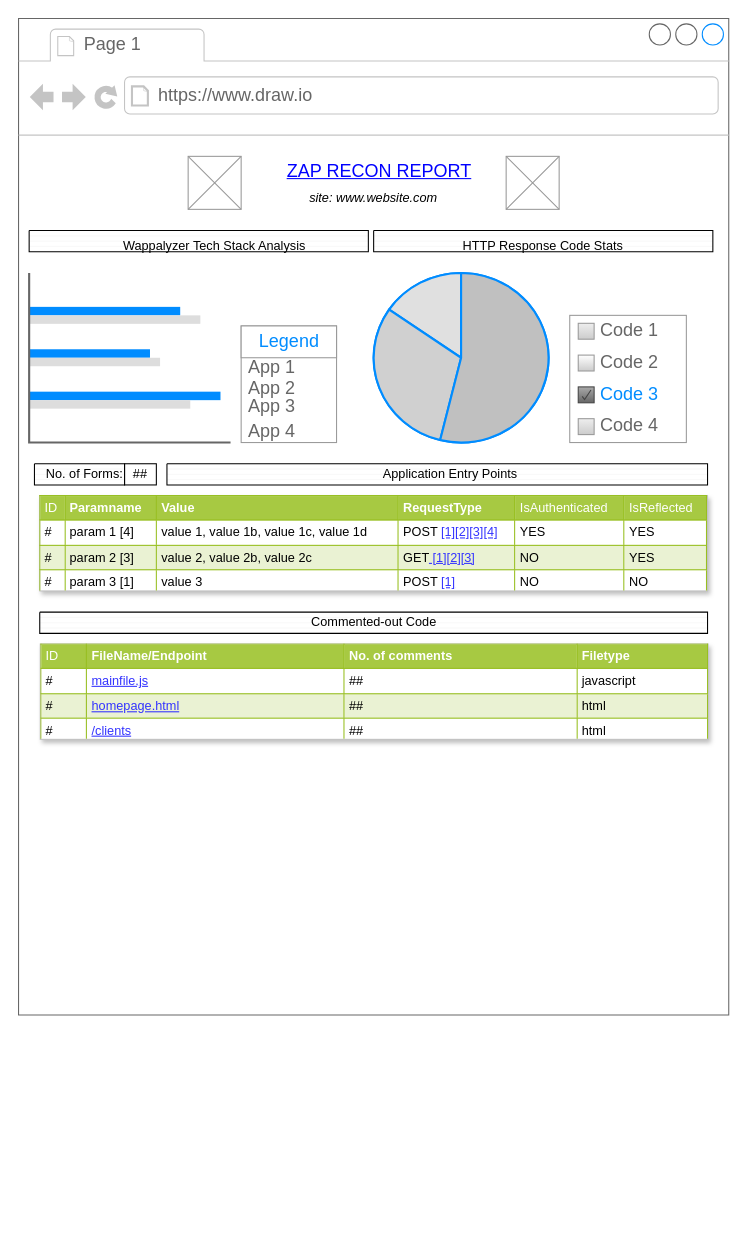
Above: mockups/recon template.drawio in odhiamboobuya/zapreportwork (draw.io), before the change. Source tidied: cells renumbered, new cells numbered last; positions are measured from the earlier drawing's top-left corner, leaving out a move shared by most shapes. Both pictures are drawn from the tidied source at 106%, with x=0, y=0 at pixel (18, 18).
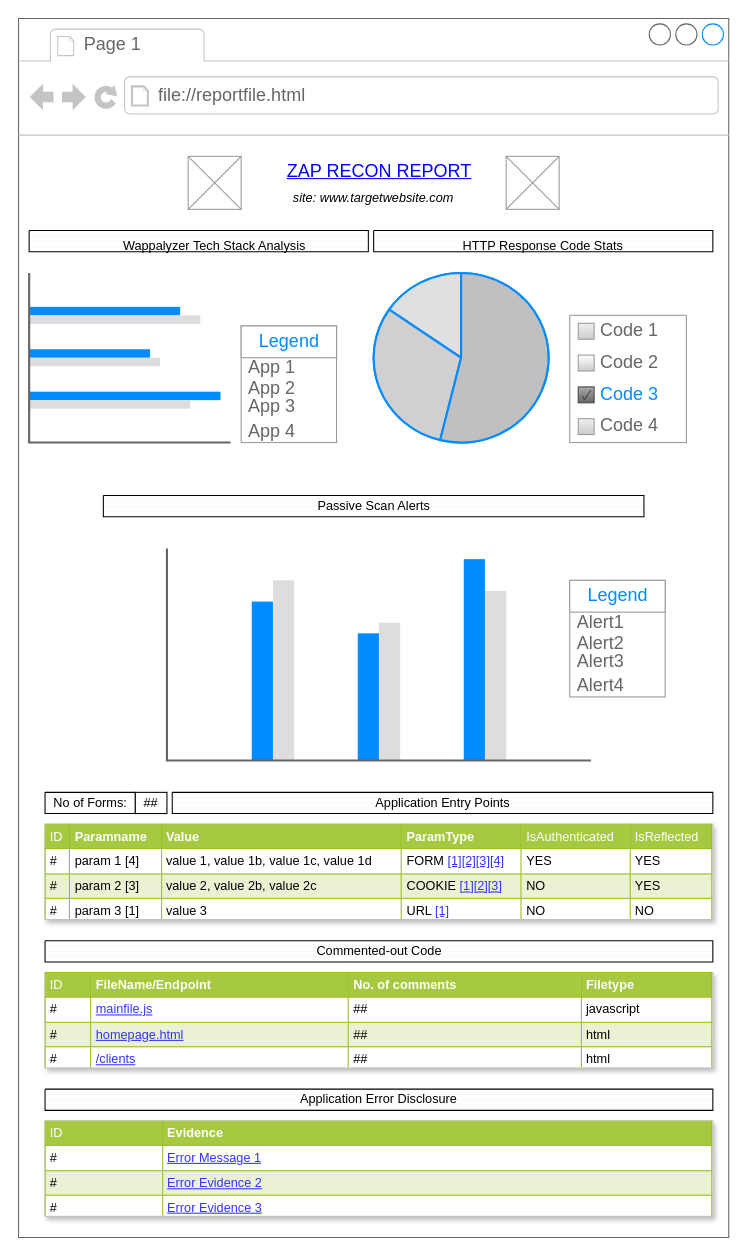
After the change.

Commit message:
finalized mockup

Diff of the diagram source:
```diff
@@
     <mxCell id="2" style="strokeWidth=1;shadow=0;dashed=0;align=center;html=1;shape=mxgraph.mockup.containers.browserWindow;rSize=0;strokeColor=#666666;strokeColor2=#008cff;strokeColor3=#c4c4c4;mainText=,;" parent="1" vertex="1">
-      <mxGeometry width="670" height="940" as="geometry" />
+      <mxGeometry width="670" height="1150" as="geometry" />
     </mxCell>
@@
-    <mxCell id="4" value="https://www.draw.io" style="strokeWidth=1;shadow=0;dashed=0;align=center;html=1;shape=mxgraph.mockup.containers.anchor;rSize=0;fontSize=17;fontColor=#666666;align=left;" parent="2" vertex="1">
+    <mxCell id="4" value="file://reportfile.html" style="strokeWidth=1;shadow=0;dashed=0;align=center;html=1;shape=mxgraph.mockup.containers.anchor;rSize=0;fontSize=17;fontColor=#666666;align=left;" parent="2" vertex="1">
       <mxGeometry x="130" y="60" width="250" height="26" as="geometry" />
     </mxCell>
@@
+    <mxCell id="23" value="&lt;i&gt;site: www.targetwebsite.com&lt;br&gt;&lt;/i&gt;" style="text;html=1;strokeColor=none;fillColor=none;align=center;verticalAlign=middle;whiteSpace=wrap;rounded=0;shadow=0;" parent="2" vertex="1">
+      <mxGeometry x="230" y="160" width="210" height="20" as="geometry" />
+    </mxCell>
     <mxCell id="22" value="##" style="text;html=1;fillColor=none;align=center;verticalAlign=middle;whiteSpace=wrap;rounded=0;shadow=0;strokeColor=#000000;" parent="2" vertex="1">
-      <mxGeometry x="100" y="420" width="30" height="20" as="geometry" />
+      <mxGeometry x="110" y="730" width="30" height="20" as="geometry" />
     </mxCell>
-    <mxCell id="23" value="&lt;i&gt;site: www.website.com&lt;br&gt;&lt;/i&gt;" style="text;html=1;strokeColor=none;fillColor=none;align=center;verticalAlign=middle;whiteSpace=wrap;rounded=0;shadow=0;" parent="2" vertex="1">
-      <mxGeometry x="230" y="160" width="210" height="20" as="geometry" />
-    </mxCell>
-    <mxCell id="24" value="&lt;table style=&quot;width: 100% ; height: 100% ; border-collapse: collapse&quot; width=&quot;100%&quot; cellpadding=&quot;4&quot; border=&quot;1&quot;&gt;&lt;tbody&gt;&lt;tr style=&quot;background-color: #a7c942 ; color: #ffffff ; border: 1px solid #98bf21&quot;&gt;&lt;td&gt;ID&lt;/td&gt;&lt;th align=&quot;left&quot;&gt;Paramname&lt;/th&gt;&lt;th align=&quot;left&quot;&gt;Value&lt;/th&gt;&lt;th align=&quot;left&quot;&gt;RequestType&lt;/th&gt;&lt;td&gt;IsAuthenticated&lt;br&gt;&lt;/td&gt;&lt;td&gt;IsReflected&lt;br&gt;&lt;/td&gt;&lt;/tr&gt;&lt;tr style=&quot;border: 1px solid #98bf21&quot;&gt;&lt;td&gt;#&lt;br&gt;&lt;/td&gt;&lt;td&gt;param 1 [4]&lt;br&gt;&lt;/td&gt;&lt;td&gt;value 1, value 1b, value 1c, value 1d&lt;br&gt;&lt;/td&gt;&lt;td&gt;&lt;font color=&quot;#3333FF&quot;&gt;&lt;font color=&quot;#000000&quot;&gt;POST &lt;/font&gt;&lt;u&gt;[1][2][3][4]&lt;br&gt;&lt;/u&gt;&lt;/font&gt;&lt;/td&gt;&lt;td&gt;YES&lt;br&gt;&lt;/td&gt;&lt;td&gt;YES&lt;br&gt;&lt;/td&gt;&lt;/tr&gt;&lt;tr style=&quot;background-color: #eaf2d3 ; border: 1px solid #98bf21&quot;&gt;&lt;td&gt;#&lt;br&gt;&lt;/td&gt;&lt;td&gt;param 2 [3]&lt;br&gt;&lt;/td&gt;&lt;td&gt;value 2, value 2b, value 2c&lt;br&gt;&lt;/td&gt;&lt;td&gt;&lt;font color=&quot;#3333FF&quot;&gt;&lt;font color=&quot;#000000&quot;&gt;GET&lt;/font&gt;&lt;u&gt; [1][2][3]&lt;br&gt;&lt;/u&gt;&lt;/font&gt;&lt;/td&gt;&lt;td&gt;NO&lt;br&gt;&lt;/td&gt;&lt;td&gt;YES&lt;br&gt;&lt;/td&gt;&lt;/tr&gt;&lt;tr style=&quot;border: 1px solid #98bf21&quot;&gt;&lt;td&gt;#&lt;br&gt;&lt;/td&gt;&lt;td&gt;param 3 [1]&lt;br&gt;&lt;/td&gt;&lt;td&gt;value 3&lt;br&gt;&lt;/td&gt;&lt;td&gt;&lt;font color=&quot;#3333FF&quot;&gt;&lt;font color=&quot;#000000&quot;&gt;POST &lt;/font&gt;&lt;u&gt;[1]&lt;br&gt;&lt;/u&gt;&lt;/font&gt;&lt;/td&gt;&lt;td&gt;NO&lt;br&gt;&lt;/td&gt;&lt;td&gt;NO&lt;br&gt;&lt;/td&gt;&lt;/tr&gt;&lt;/tbody&gt;&lt;/table&gt;" style="text;html=1;strokeColor=#c0c0c0;overflow=fill;rounded=0;shadow=1;fillColor=#ffffff;" parent="2" vertex="1">
-      <mxGeometry x="20" y="450" width="630" height="90" as="geometry" />
+    <mxCell id="24" value="&lt;table style=&quot;width: 100% ; height: 100% ; border-collapse: collapse&quot; width=&quot;100%&quot; cellpadding=&quot;4&quot; border=&quot;1&quot;&gt;&lt;tbody&gt;&lt;tr style=&quot;background-color: #a7c942 ; color: #ffffff ; border: 1px solid #98bf21&quot;&gt;&lt;td&gt;ID&lt;/td&gt;&lt;th align=&quot;left&quot;&gt;Paramname&lt;/th&gt;&lt;th align=&quot;left&quot;&gt;Value&lt;/th&gt;&lt;th align=&quot;left&quot;&gt;ParamType&lt;/th&gt;&lt;td&gt;IsAuthenticated&lt;br&gt;&lt;/td&gt;&lt;td&gt;IsReflected&lt;br&gt;&lt;/td&gt;&lt;/tr&gt;&lt;tr style=&quot;border: 1px solid #98bf21&quot;&gt;&lt;td&gt;#&lt;br&gt;&lt;/td&gt;&lt;td&gt;param 1 [4]&lt;br&gt;&lt;/td&gt;&lt;td&gt;value 1, value 1b, value 1c, value 1d&lt;br&gt;&lt;/td&gt;&lt;td&gt;&lt;font color=&quot;#3333FF&quot;&gt;&lt;font color=&quot;#000000&quot;&gt;FORM &lt;/font&gt;&lt;u&gt;[1][2][3][4]&lt;br&gt;&lt;/u&gt;&lt;/font&gt;&lt;/td&gt;&lt;td&gt;YES&lt;br&gt;&lt;/td&gt;&lt;td&gt;YES&lt;br&gt;&lt;/td&gt;&lt;/tr&gt;&lt;tr style=&quot;background-color: #eaf2d3 ; border: 1px solid #98bf21&quot;&gt;&lt;td&gt;#&lt;br&gt;&lt;/td&gt;&lt;td&gt;param 2 [3]&lt;br&gt;&lt;/td&gt;&lt;td&gt;value 2, value 2b, value 2c&lt;br&gt;&lt;/td&gt;&lt;td&gt;&lt;font color=&quot;#3333FF&quot;&gt;&lt;font color=&quot;#000000&quot;&gt;COOKIE&lt;/font&gt;&lt;font color=&quot;#000000&quot;&gt; &lt;/font&gt;&lt;u&gt;[1][2][3]&lt;br&gt;&lt;/u&gt;&lt;/font&gt;&lt;/td&gt;&lt;td&gt;NO&lt;br&gt;&lt;/td&gt;&lt;td&gt;YES&lt;br&gt;&lt;/td&gt;&lt;/tr&gt;&lt;tr style=&quot;border: 1px solid #98bf21&quot;&gt;&lt;td&gt;#&lt;br&gt;&lt;/td&gt;&lt;td&gt;param 3 [1]&lt;br&gt;&lt;/td&gt;&lt;td&gt;value 3&lt;br&gt;&lt;/td&gt;&lt;td&gt;&lt;font color=&quot;#3333FF&quot;&gt;&lt;font color=&quot;#000000&quot;&gt;URL &lt;/font&gt;&lt;u&gt;[1]&lt;br&gt;&lt;/u&gt;&lt;/font&gt;&lt;/td&gt;&lt;td&gt;NO&lt;br&gt;&lt;/td&gt;&lt;td&gt;NO&lt;br&gt;&lt;/td&gt;&lt;/tr&gt;&lt;/tbody&gt;&lt;/table&gt;" style="text;html=1;strokeColor=#c0c0c0;overflow=fill;rounded=0;shadow=1;fillColor=#ffffff;" parent="2" vertex="1">
+      <mxGeometry x="25" y="760" width="630" height="90" as="geometry" />
     </mxCell>
+    <mxCell id="35" value="&lt;table style=&quot;width: 100% ; height: 100% ; border-collapse: collapse&quot; width=&quot;100%&quot; cellpadding=&quot;4&quot; border=&quot;1&quot;&gt;&lt;tbody&gt;&lt;tr style=&quot;background-color: #a7c942 ; color: #ffffff ; border: 1px solid #98bf21&quot;&gt;&lt;td&gt;ID&lt;/td&gt;&lt;th align=&quot;left&quot;&gt;Evidence&lt;/th&gt;&lt;/tr&gt;&lt;tr style=&quot;border: 1px solid #98bf21&quot;&gt;&lt;td&gt;#&lt;br&gt;&lt;/td&gt;&lt;td&gt;&lt;font color=&quot;#3333FF&quot;&gt;&lt;u&gt;Error Message 1&lt;/u&gt;&lt;/font&gt;&lt;br&gt;&lt;/td&gt;&lt;/tr&gt;&lt;tr style=&quot;background-color: #eaf2d3 ; border: 1px solid #98bf21&quot;&gt;&lt;td&gt;#&lt;br&gt;&lt;/td&gt;&lt;td&gt;&lt;font color=&quot;#3333FF&quot;&gt;&lt;u&gt;Error Evidence 2&lt;/u&gt;&lt;/font&gt;&lt;br&gt;&lt;/td&gt;&lt;/tr&gt;&lt;tr style=&quot;border: 1px solid #98bf21&quot;&gt;&lt;td&gt;#&lt;br&gt;&lt;/td&gt;&lt;td&gt;&lt;font color=&quot;#3333FF&quot;&gt;&lt;u&gt;Error Evidence 3&lt;/u&gt;&lt;/font&gt;&lt;br&gt;&lt;/td&gt;&lt;/tr&gt;&lt;/tbody&gt;&lt;/table&gt;" style="text;html=1;strokeColor=#c0c0c0;overflow=fill;rounded=0;shadow=1;fillColor=#ffffff;" parent="2" vertex="1">
+      <mxGeometry x="25" y="1040" width="630" height="90" as="geometry" />
+    </mxCell>
+    <mxCell id="34" value="&lt;table style=&quot;width: 100% ; height: 100% ; border-collapse: collapse&quot; width=&quot;100%&quot; cellpadding=&quot;4&quot; border=&quot;1&quot;&gt;&lt;tbody&gt;&lt;tr style=&quot;background-color: #a7c942 ; color: #ffffff ; border: 1px solid #98bf21&quot;&gt;&lt;td&gt;ID&lt;/td&gt;&lt;th align=&quot;left&quot;&gt;FileName/Endpoint&lt;/th&gt;&lt;th align=&quot;left&quot;&gt;No. of comments&lt;br&gt;&lt;/th&gt;&lt;th align=&quot;left&quot;&gt;Filetype&lt;/th&gt;&lt;/tr&gt;&lt;tr style=&quot;border: 1px solid #98bf21&quot;&gt;&lt;td&gt;#&lt;br&gt;&lt;/td&gt;&lt;td&gt;&lt;font color=&quot;#3333FF&quot;&gt;&lt;u&gt;mainfile.js&lt;/u&gt;&lt;/font&gt;&lt;br&gt;&lt;/td&gt;&lt;td&gt;##&lt;br&gt;&lt;/td&gt;&lt;td&gt;javascript&lt;/td&gt;&lt;/tr&gt;&lt;tr style=&quot;background-color: #eaf2d3 ; border: 1px solid #98bf21&quot;&gt;&lt;td&gt;#&lt;br&gt;&lt;/td&gt;&lt;td&gt;&lt;font color=&quot;#3333FF&quot;&gt;&lt;u&gt;homepage.html&lt;/u&gt;&lt;/font&gt;&lt;br&gt;&lt;/td&gt;&lt;td&gt;##&lt;br&gt;&lt;/td&gt;&lt;td&gt;html&lt;/td&gt;&lt;/tr&gt;&lt;tr style=&quot;border: 1px solid #98bf21&quot;&gt;&lt;td&gt;#&lt;br&gt;&lt;/td&gt;&lt;td&gt;&lt;font color=&quot;#3333FF&quot;&gt;&lt;u&gt;/clients&lt;/u&gt;&lt;/font&gt;&lt;br&gt;&lt;/td&gt;&lt;td&gt;##&lt;br&gt;&lt;/td&gt;&lt;td&gt;html&lt;/td&gt;&lt;/tr&gt;&lt;/tbody&gt;&lt;/table&gt;" style="text;html=1;strokeColor=#c0c0c0;overflow=fill;rounded=0;shadow=1;fillColor=#ffffff;" parent="2" vertex="1">
+      <mxGeometry x="25" y="900" width="630" height="90" as="geometry" />
+    </mxCell>
+    <mxCell id="36" style="verticalLabelPosition=bottom;shadow=0;dashed=0;align=center;html=1;verticalAlign=top;strokeWidth=1;shape=mxgraph.mockup.graphics.columnChart;strokeColor=none;strokeColor2=none;strokeColor3=#666666;fillColor2=#008cff;fillColor3=#dddddd;rounded=0;fillColor=none;gradientColor=none;" parent="2" vertex="1">
+      <mxGeometry x="140" y="500" width="400" height="200" as="geometry" />
+    </mxCell>
+    <mxCell id="37" style="strokeWidth=1;shadow=0;dashed=0;align=center;html=1;shape=mxgraph.mockup.forms.rrect;rSize=0;strokeColor=#999999;fillColor=#ffffff;" parent="2" vertex="1">
+      <mxGeometry x="520" y="530" width="90" height="110" as="geometry" />
+    </mxCell>
+    <mxCell id="38" value="Legend" style="strokeWidth=1;shadow=0;dashed=0;align=center;html=1;shape=mxgraph.mockup.forms.rrect;rSize=0;strokeColor=#999999;fontColor=#008cff;fontSize=17;fillColor=#ffffff;" parent="37" vertex="1">
+      <mxGeometry width="90" height="30" relative="1" as="geometry" />
+    </mxCell>
+    <mxCell id="39" value="Alert1" style="strokeWidth=1;shadow=0;dashed=0;align=center;html=1;shape=mxgraph.mockup.forms.anchor;fontSize=17;fontColor=#666666;align=left;spacingLeft=5;" parent="37" vertex="1">
+      <mxGeometry width="90" height="20" relative="1" as="geometry">
+        <mxPoint y="30" as="offset" />
+      </mxGeometry>
+    </mxCell>
+    <mxCell id="40" value="Alert2" style="strokeWidth=1;shadow=0;dashed=0;align=center;html=1;shape=mxgraph.mockup.forms.anchor;fontSize=17;fontColor=#666666;align=left;spacingLeft=5;" parent="37" vertex="1">
+      <mxGeometry width="90" height="20" relative="1" as="geometry">
+        <mxPoint y="50" as="offset" />
+      </mxGeometry>
+    </mxCell>
+    <mxCell id="41" value="Alert4" style="strokeWidth=1;shadow=0;dashed=0;align=center;html=1;shape=mxgraph.mockup.forms.anchor;fontSize=17;fontColor=#666666;align=left;spacingLeft=5;" parent="37" vertex="1">
+      <mxGeometry width="90" height="20" relative="1" as="geometry">
+        <mxPoint y="90" as="offset" />
+      </mxGeometry>
+    </mxCell>
+    <mxCell id="42" value="Alert3" style="strokeWidth=1;shadow=0;dashed=0;align=center;html=1;shape=mxgraph.mockup.forms.anchor;fontSize=17;fontColor=#666666;align=left;spacingLeft=5;" parent="37" vertex="1">
+      <mxGeometry y="70" width="90" height="13.8" as="geometry" />
+    </mxCell>
@@
     <mxCell id="28" style="verticalLabelPosition=bottom;verticalAlign=top;html=1;shape=mxgraph.basic.patternFillRect;fillStyle=hor;step=5;fillStrokeWidth=0.2;fillStrokeColor=#dddddd;" parent="1" vertex="1">
-      <mxGeometry x="140" y="420" width="510" height="20" as="geometry" />
+      <mxGeometry x="145" y="730" width="510" height="20" as="geometry" />
     </mxCell>
     <mxCell id="29" style="verticalLabelPosition=bottom;verticalAlign=top;html=1;shape=mxgraph.basic.patternFillRect;fillStyle=hor;step=5;fillStrokeWidth=0.2;fillStrokeColor=#dddddd;" parent="1" vertex="1">
-      <mxGeometry x="15" y="420" width="85" height="20" as="geometry" />
+      <mxGeometry x="25" y="730" width="85" height="20" as="geometry" />
     </mxCell>
-    <mxCell id="30" value="No. of Forms:" style="text;html=1;strokeColor=none;fillColor=none;align=center;verticalAlign=middle;whiteSpace=wrap;rounded=0;" parent="1" vertex="1">
-      <mxGeometry x="15" y="420" width="95" height="20" as="geometry" />
-    </mxCell>
     <mxCell id="31" value="Application Entry Points" style="text;html=1;strokeColor=none;fillColor=none;align=center;verticalAlign=middle;whiteSpace=wrap;rounded=0;" parent="1" vertex="1">
-      <mxGeometry x="340" y="420" width="135" height="20" as="geometry" />
+      <mxGeometry x="332.5" y="730" width="135" height="20" as="geometry" />
     </mxCell>
     <mxCell id="32" style="verticalLabelPosition=bottom;verticalAlign=top;html=1;shape=mxgraph.basic.patternFillRect;fillStyle=hor;step=5;fillStrokeWidth=0.2;fillStrokeColor=#dddddd;" parent="1" vertex="1">
-      <mxGeometry x="20" y="560" width="630" height="20" as="geometry" />
+      <mxGeometry x="25" y="870" width="630" height="20" as="geometry" />
     </mxCell>
     <mxCell id="33" value="Commented-out Code" style="text;html=1;strokeColor=none;fillColor=none;align=center;verticalAlign=middle;whiteSpace=wrap;rounded=0;" parent="1" vertex="1">
-      <mxGeometry x="268" y="560" width="135" height="20" as="geometry" />
+      <mxGeometry x="272.5" y="870" width="135" height="20" as="geometry" />
     </mxCell>
-    <mxCell id="34" value="&lt;table style=&quot;width: 100% ; height: 100% ; border-collapse: collapse&quot; width=&quot;100%&quot; cellpadding=&quot;4&quot; border=&quot;1&quot;&gt;&lt;tbody&gt;&lt;tr style=&quot;background-color: #a7c942 ; color: #ffffff ; border: 1px solid #98bf21&quot;&gt;&lt;td&gt;ID&lt;/td&gt;&lt;th align=&quot;left&quot;&gt;FileName/Endpoint&lt;/th&gt;&lt;th align=&quot;left&quot;&gt;No. of comments&lt;br&gt;&lt;/th&gt;&lt;th align=&quot;left&quot;&gt;Filetype&lt;/th&gt;&lt;/tr&gt;&lt;tr style=&quot;border: 1px solid #98bf21&quot;&gt;&lt;td&gt;#&lt;br&gt;&lt;/td&gt;&lt;td&gt;&lt;font color=&quot;#3333FF&quot;&gt;&lt;u&gt;mainfile.js&lt;/u&gt;&lt;/font&gt;&lt;br&gt;&lt;/td&gt;&lt;td&gt;##&lt;br&gt;&lt;/td&gt;&lt;td&gt;javascript&lt;/td&gt;&lt;/tr&gt;&lt;tr style=&quot;background-color: #eaf2d3 ; border: 1px solid #98bf21&quot;&gt;&lt;td&gt;#&lt;br&gt;&lt;/td&gt;&lt;td&gt;&lt;font color=&quot;#3333FF&quot;&gt;&lt;u&gt;homepage.html&lt;/u&gt;&lt;/font&gt;&lt;br&gt;&lt;/td&gt;&lt;td&gt;##&lt;br&gt;&lt;/td&gt;&lt;td&gt;html&lt;/td&gt;&lt;/tr&gt;&lt;tr style=&quot;border: 1px solid #98bf21&quot;&gt;&lt;td&gt;#&lt;br&gt;&lt;/td&gt;&lt;td&gt;&lt;font color=&quot;#3333FF&quot;&gt;&lt;u&gt;/clients&lt;/u&gt;&lt;/font&gt;&lt;br&gt;&lt;/td&gt;&lt;td&gt;##&lt;br&gt;&lt;/td&gt;&lt;td&gt;html&lt;/td&gt;&lt;/tr&gt;&lt;/tbody&gt;&lt;/table&gt;" style="text;html=1;strokeColor=#c0c0c0;overflow=fill;rounded=0;shadow=1;fillColor=#ffffff;" parent="1" vertex="1">
-      <mxGeometry x="20.5" y="590" width="630" height="90" as="geometry" />
-    </mxCell>
+    <mxCell id="43" style="verticalLabelPosition=bottom;verticalAlign=top;html=1;shape=mxgraph.basic.patternFillRect;fillStyle=hor;step=5;fillStrokeWidth=0.2;fillStrokeColor=#dddddd;" parent="1" vertex="1">
+      <mxGeometry x="25" y="1010" width="630" height="20" as="geometry" />
+    </mxCell>
+    <mxCell id="44" value="Application Error Disclosure" style="text;html=1;strokeColor=none;fillColor=none;align=center;verticalAlign=middle;whiteSpace=wrap;rounded=0;" parent="1" vertex="1">
+      <mxGeometry x="254" y="1010" width="172" height="20" as="geometry" />
+    </mxCell>
+    <mxCell id="45" value="No of Forms:" style="text;html=1;strokeColor=none;fillColor=none;align=center;verticalAlign=middle;whiteSpace=wrap;rounded=0;" parent="1" vertex="1">
+      <mxGeometry x="18.8" y="730" width="97.5" height="20" as="geometry" />
+    </mxCell>
+    <mxCell id="46" style="verticalLabelPosition=bottom;verticalAlign=top;html=1;shape=mxgraph.basic.patternFillRect;fillStyle=hor;step=5;fillStrokeWidth=0.2;fillStrokeColor=#dddddd;" parent="1" vertex="1">
+      <mxGeometry x="80" y="450" width="510" height="20" as="geometry" />
+    </mxCell>
+    <mxCell id="47" value="Passive Scan Alerts" style="text;html=1;strokeColor=none;fillColor=none;align=center;verticalAlign=middle;whiteSpace=wrap;rounded=0;" parent="1" vertex="1">
+      <mxGeometry x="268" y="450" width="135" height="20" as="geometry" />
+    </mxCell>
```
